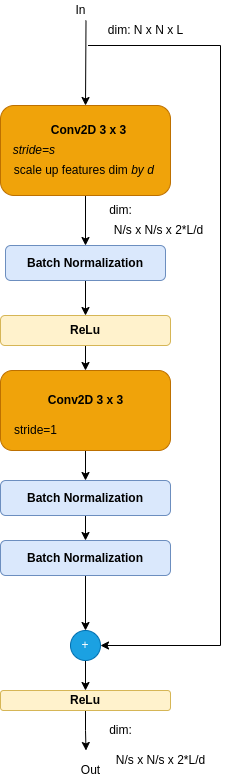
Above: assets/images/cnn-models/resnet-residual-block.drawio-n.png in ronen-halevy/ronen-halevy.github.io (draw.io), before the change. Source tidied: cells renumbered, new cells last; positions are measured from the earlier drawing's top-left corner, leaving out a move shared by most shapes.
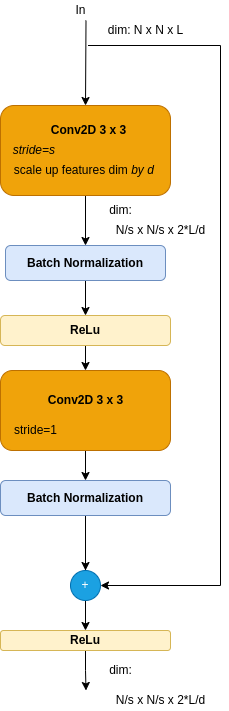
After the commit.

Diff of the diagram source:
```diff
@@ -17,9 +17,6 @@
     <mxCell id="6" value="In" style="text;html=1;align=center;verticalAlign=middle;strokeColor=none;fillColor=none;" parent="1" vertex="1">
       <mxGeometry x="65" width="30" height="20" as="geometry" />
     </mxCell>
-    <mxCell id="7" value="Out" style="text;html=1;align=center;verticalAlign=middle;strokeColor=none;fillColor=none;" parent="1" vertex="1">
-      <mxGeometry x="75" y="760" width="30" height="20" as="geometry" />
-    </mxCell>
     <mxCell id="8" value="&lt;i&gt;&amp;nbsp;&amp;nbsp;&lt;/i&gt;scale up features dim&amp;nbsp;&lt;i&gt;by d&lt;/i&gt;" style="text;html=1;align=center;verticalAlign=middle;strokeColor=none;fillColor=none;" parent="1" vertex="1">
       <mxGeometry y="160" width="160" height="20" as="geometry" />
     </mxCell>
@@ -33,27 +30,28 @@
       <mxGeometry x="100" y="20" width="90" height="20" as="geometry" />
     </mxCell>
     <mxCell id="12" value="&lt;span style=&quot;color: rgba(0 , 0 , 0 , 0) ; font-family: monospace ; font-size: 0px&quot;&gt;%3CmxGraphModel%3E%3Croot%3E%3CmxCell%20id%3D%220%22%2F%3E%3CmxCell%20id%3D%221%22%20parent%3D%220%22%2F%3E%3CmxCell%20id%3D%222%22%20value%3D%22N%2Fs%20x%20N%2Fs%20x%202*L%2Fd%22%20style%3D%22text%3Bhtml%3D1%3Balign%3Dcenter%3BverticalAlign%3Dmiddle%3Bresizable%3D0%3Bpoints%3D%5B%5D%3Bautosize%3D1%3BstrokeColor%3Dnone%3BfillColor%3Dnone%3B%22%20vertex%3D%221%22%20parent%3D%221%22%3E%3CmxGeometry%20x%3D%22820%22%20y%3D%22760%22%20width%3D%22100%22%20height%3D%2220%22%20as%3D%22geometry%22%2F%3E%3C%2FmxCell%3E%3C%2Froot%3E%3C%2FmxGraphModel%3E&lt;/span&gt;" style="text;html=1;align=center;verticalAlign=middle;strokeColor=none;fillColor=none;" parent="1" vertex="1">
-      <mxGeometry x="145" y="740" width="20" height="20" as="geometry" />
+      <mxGeometry x="145" y="680" width="20" height="20" as="geometry" />
     </mxCell>
     <mxCell id="13" value="stride=1" style="text;html=1;align=center;verticalAlign=middle;strokeColor=none;fillColor=none;" parent="1" vertex="1">
       <mxGeometry x="5" y="420" width="60" height="20" as="geometry" />
     </mxCell>
-    <mxCell id="14" style="edgeStyle=orthogonalEdgeStyle;rounded=0;jettySize=auto;html=1;" parent="1" edge="1" source="15">
-      <mxGeometry relative="1" as="geometry">
-        <mxPoint x="85" y="540" as="targetPoint" />
-      </mxGeometry>
-    </mxCell>
+    <mxCell id="34" style="edgeStyle=orthogonalEdgeStyle;rounded=0;jettySize=auto;html=1;" parent="1" edge="1" source="15" target="18">
+      <mxGeometry relative="1" as="geometry" />
+    </mxCell>
     <mxCell id="15" value="&lt;b&gt;Batch Normalization&lt;/b&gt;" style="rounded=1;whiteSpace=wrap;html=1;fillColor=#dae8fc;strokeColor=#6c8ebf;" parent="1" vertex="1">
       <mxGeometry y="480" width="170" height="35" as="geometry" />
     </mxCell>
-    <mxCell id="16" style="edgeStyle=orthogonalEdgeStyle;rounded=0;jettySize=auto;html=1;exitX=0.5;exitY=1;exitDx=0;exitDy=0;" parent="1" edge="1" source="27" target="18">
-      <mxGeometry relative="1" as="geometry" />
-    </mxCell>
-    <mxCell id="17" style="edgeStyle=orthogonalEdgeStyle;rounded=0;jettySize=auto;html=1;" parent="1" edge="1" source="18" target="23">
-      <mxGeometry relative="1" as="geometry" />
+    <mxCell id="17" style="edgeStyle=orthogonalEdgeStyle;rounded=0;jettySize=auto;html=1;" parent="1" edge="1" target="23">
+      <mxGeometry relative="1" as="geometry">
+        <mxPoint x="85" y="530" as="sourcePoint" />
+        <Array as="points">
+          <mxPoint x="85" y="580" />
+          <mxPoint x="85" y="580" />
+        </Array>
+      </mxGeometry>
     </mxCell>
     <mxCell id="18" value="+" style="ellipse;whiteSpace=wrap;html=1;fillColor=#1ba1e2;fontColor=#ffffff;strokeColor=#006EAF;" parent="1" vertex="1">
-      <mxGeometry x="70" y="630" width="30" height="30" as="geometry" />
+      <mxGeometry x="70" y="570" width="30" height="30" as="geometry" />
     </mxCell>
     <mxCell id="19" style="edgeStyle=orthogonalEdgeStyle;rounded=0;orthogonalLoop=1;jettySize=auto;html=1;exitX=0.5;exitY=1;exitDx=0;exitDy=0;" parent="1" edge="1">
       <mxGeometry relative="1" as="geometry">
@@ -69,11 +67,11 @@
     </mxCell>
     <mxCell id="22" style="edgeStyle=orthogonalEdgeStyle;rounded=0;jettySize=auto;html=1;" parent="1" edge="1" source="23">
       <mxGeometry relative="1" as="geometry">
-        <mxPoint x="85.5" y="750" as="targetPoint" />
+        <mxPoint x="85.5" y="690" as="targetPoint" />
       </mxGeometry>
     </mxCell>
     <mxCell id="23" value="&lt;b&gt;ReLu&lt;/b&gt;" style="rounded=1;whiteSpace=wrap;html=1;fillColor=#fff2cc;strokeColor=#d6b656;" parent="1" vertex="1">
-      <mxGeometry y="690" width="170" height="20" as="geometry" />
+      <mxGeometry y="630" width="170" height="20" as="geometry" />
     </mxCell>
     <mxCell id="24" style="edgeStyle=orthogonalEdgeStyle;rounded=0;jettySize=auto;html=1;" parent="1" edge="1" source="25" target="21">
       <mxGeometry relative="1" as="geometry" />
@@ -82,11 +80,8 @@
       <mxGeometry x="5" y="245" width="160" height="35" as="geometry" />
     </mxCell>
     <mxCell id="26" value="dim:" style="text;html=1;align=center;verticalAlign=middle;strokeColor=none;fillColor=none;" parent="1" vertex="1">
-      <mxGeometry x="100" y="720" width="40" height="20" as="geometry" />
+      <mxGeometry x="100" y="660" width="40" height="20" as="geometry" />
     </mxCell>
-    <mxCell id="27" value="&lt;b&gt;Batch Normalization&lt;/b&gt;" style="rounded=1;whiteSpace=wrap;html=1;fillColor=#dae8fc;strokeColor=#6c8ebf;" parent="1" vertex="1">
-      <mxGeometry y="540" width="170" height="35" as="geometry" />
-    </mxCell>
     <mxCell id="28" style="endArrow=classic;html=1;rounded=0;entryX=0.5;entryY=0;entryDx=0;entryDy=0;" parent="1" edge="1" target="5">
       <mxGeometry relative="1" as="geometry">
         <mxPoint x="85.5" y="20" as="sourcePoint" />
@@ -97,12 +92,12 @@
         <mxPoint x="87.5" y="45" as="sourcePoint" />
         <Array as="points">
           <mxPoint x="220" y="45" />
-          <mxPoint x="220" y="645" />
+          <mxPoint x="220" y="585" />
         </Array>
       </mxGeometry>
     </mxCell>
     <mxCell id="30" value="N/s x N/s x 2*L/d" style="text;html=1;align=center;verticalAlign=middle;strokeColor=none;fillColor=none;" parent="1" vertex="1">
-      <mxGeometry x="107.5" y="220" width="100" height="20" as="geometry" />
+      <mxGeometry x="110" y="220" width="100" height="20" as="geometry" />
     </mxCell>
     <mxCell id="31" value="dim:" style="text;html=1;align=center;verticalAlign=middle;strokeColor=none;fillColor=none;" parent="1" vertex="1">
       <mxGeometry x="100" y="200" width="40" height="20" as="geometry" />
@@ -111,7 +106,7 @@
       <mxGeometry x="40" y="390" width="90" height="20" as="geometry" />
     </mxCell>
     <mxCell id="33" value="N/s x N/s x 2*L/d" style="text;html=1;align=center;verticalAlign=middle;strokeColor=none;fillColor=none;" parent="1" vertex="1">
-      <mxGeometry x="110" y="750" width="100" height="20" as="geometry" />
+      <mxGeometry x="110" y="690" width="100" height="20" as="geometry" />
     </mxCell>
   </root>
 </mxGraphModel>
```
